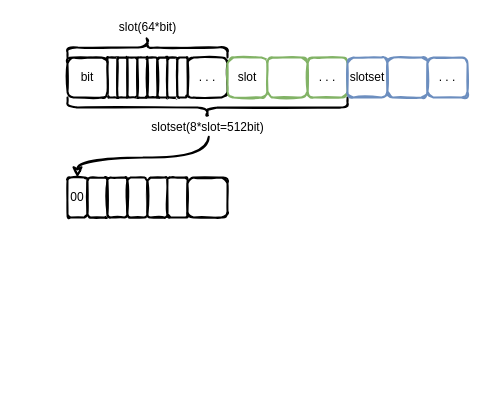
This is page "BitmapAllocator" (2 of 2) of ceph/bluestore.drawio from EarthWind/deeparch, a draw.io file, before an edit. Source tidied: cells renumbered, new cells numbered last; positions are measured from the earlier drawing's top-left corner, leaving out a move shared by most shapes. Both pictures are drawn from the tidied source at 100%, with x=0, y=0 at pixel (67, -33).
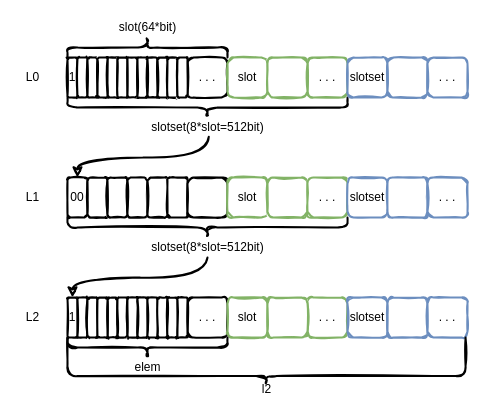
After the change.

Diff of the diagram source:
```diff
@@
-    <mxCell id="6" value="bit" style="rounded=1;whiteSpace=wrap;html=1;strokeWidth=2;fillWeight=1;hachureGap=4;hachureAngle=45;sketch=1;" parent="1" vertex="1">
-      <mxGeometry y="90" width="40" height="40" as="geometry" />
+    <mxCell id="6" value="1" style="rounded=1;whiteSpace=wrap;html=1;strokeWidth=2;fillWeight=1;hachureGap=4;hachureAngle=45;sketch=1;" parent="1" vertex="1">
+      <mxGeometry y="90" width="10" height="40" as="geometry" />
     </mxCell>
@@
+    <mxCell id="30" value="slot" style="rounded=1;whiteSpace=wrap;html=1;strokeWidth=2;fillWeight=1;hachureGap=4;hachureAngle=45;sketch=1;fillColor=#FFFFFF;strokeColor=#82b366;" parent="1" vertex="1">
+      <mxGeometry x="160" y="210" width="40" height="40" as="geometry" />
+    </mxCell>
+    <mxCell id="31" style="rounded=1;whiteSpace=wrap;html=1;strokeWidth=2;fillWeight=1;hachureGap=4;hachureAngle=45;sketch=1;fillColor=#FFFFFF;strokeColor=#82b366;" parent="1" vertex="1">
+      <mxGeometry x="200" y="210" width="40" height="40" as="geometry" />
+    </mxCell>
+    <mxCell id="32" value=". . ." style="rounded=1;whiteSpace=wrap;html=1;strokeWidth=2;fillWeight=1;hachureGap=4;hachureAngle=45;sketch=1;fillColor=#FFFFFF;strokeColor=#82b366;" parent="1" vertex="1">
+      <mxGeometry x="240" y="210" width="40" height="40" as="geometry" />
+    </mxCell>
+    <mxCell id="33" style="shape=curlyBracket;whiteSpace=wrap;html=1;rounded=1;sketch=1;fillWeight=1;hachureGap=2;fillColor=#FFFFFF;rotation=-90;strokeWidth=2;" parent="1" vertex="1">
+      <mxGeometry x="130" y="120" width="20" height="280" as="geometry" />
+    </mxCell>
+    <mxCell id="34" style="edgeStyle=orthogonalEdgeStyle;curved=1;rounded=0;sketch=1;jettySize=auto;html=1;entryX=0.5;entryY=0;entryDx=0;entryDy=0;strokeWidth=2;elbow=vertical;exitX=0.5;exitY=1;exitDx=0;exitDy=0;exitPerimeter=0;" parent="1" edge="1" source="35" target="45">
+      <mxGeometry relative="1" as="geometry" />
+    </mxCell>
+    <mxCell id="35" value="slotset(8*slot=512bit)" style="text;html=1;align=center;verticalAlign=middle;points=[];strokeColor=none;fillColor=none;" parent="1" vertex="1">
+      <mxGeometry x="75" y="270" width="130" height="20" as="geometry" />
+    </mxCell>
+    <mxCell id="36" value="slotset" style="rounded=1;whiteSpace=wrap;html=1;strokeWidth=2;fillWeight=1;hachureGap=4;hachureAngle=45;sketch=1;fillColor=#FFFFFF;strokeColor=#6c8ebf;" parent="1" vertex="1">
+      <mxGeometry x="280" y="210" width="40" height="40" as="geometry" />
+    </mxCell>
+    <mxCell id="37" style="rounded=1;whiteSpace=wrap;html=1;strokeWidth=2;fillWeight=1;hachureGap=4;hachureAngle=45;sketch=1;fillColor=#FFFFFF;strokeColor=#6c8ebf;" parent="1" vertex="1">
+      <mxGeometry x="320" y="210" width="40" height="40" as="geometry" />
+    </mxCell>
+    <mxCell id="38" value=". . ." style="rounded=1;whiteSpace=wrap;html=1;strokeWidth=2;fillWeight=1;hachureGap=4;hachureAngle=45;sketch=1;fillColor=#FFFFFF;strokeColor=#6c8ebf;" parent="1" vertex="1">
+      <mxGeometry x="360" y="210" width="40" height="40" as="geometry" />
+    </mxCell>
+    <mxCell id="39" value="L0" style="text;html=1;align=center;verticalAlign=middle;strokeColor=none;fillColor=none;" parent="1" vertex="1">
+      <mxGeometry x="-50" y="100" width="30" height="20" as="geometry" />
+    </mxCell>
+    <mxCell id="40" value="L1" style="text;html=1;align=center;verticalAlign=middle;strokeColor=none;fillColor=none;" parent="1" vertex="1">
+      <mxGeometry x="-50" y="220" width="30" height="20" as="geometry" />
+    </mxCell>
+    <mxCell id="41" style="rounded=1;whiteSpace=wrap;html=1;strokeWidth=2;fillWeight=1;hachureGap=4;hachureAngle=45;sketch=1;" parent="1" vertex="1">
+      <mxGeometry x="40" y="330" width="10" height="40" as="geometry" />
+    </mxCell>
+    <mxCell id="42" style="rounded=1;whiteSpace=wrap;html=1;strokeWidth=2;fillWeight=1;hachureGap=4;hachureAngle=45;sketch=1;" parent="1" vertex="1">
+      <mxGeometry x="50" y="330" width="10" height="40" as="geometry" />
+    </mxCell>
+    <mxCell id="43" style="rounded=1;whiteSpace=wrap;html=1;strokeWidth=2;fillWeight=1;hachureGap=4;hachureAngle=45;sketch=1;" parent="1" vertex="1">
+      <mxGeometry x="60" y="330" width="10" height="40" as="geometry" />
+    </mxCell>
+    <mxCell id="44" style="rounded=1;whiteSpace=wrap;html=1;strokeWidth=2;fillWeight=1;hachureGap=4;hachureAngle=45;sketch=1;" parent="1" vertex="1">
+      <mxGeometry x="70" y="330" width="10" height="40" as="geometry" />
+    </mxCell>
+    <mxCell id="45" value="1" style="rounded=1;whiteSpace=wrap;html=1;strokeWidth=2;fillWeight=1;hachureGap=4;hachureAngle=45;sketch=1;" parent="1" vertex="1">
+      <mxGeometry y="330" width="10" height="40" as="geometry" />
+    </mxCell>
+    <mxCell id="46" value=". . ." style="rounded=1;whiteSpace=wrap;html=1;strokeWidth=2;fillWeight=1;hachureGap=4;hachureAngle=45;sketch=1;" parent="1" vertex="1">
+      <mxGeometry x="120" y="330" width="40" height="40" as="geometry" />
+    </mxCell>
+    <mxCell id="47" style="rounded=1;whiteSpace=wrap;html=1;strokeWidth=2;fillWeight=1;hachureGap=4;hachureAngle=45;sketch=1;" parent="1" vertex="1">
+      <mxGeometry x="80" y="330" width="10" height="40" as="geometry" />
+    </mxCell>
+    <mxCell id="48" style="rounded=1;whiteSpace=wrap;html=1;strokeWidth=2;fillWeight=1;hachureGap=4;hachureAngle=45;sketch=1;" parent="1" vertex="1">
+      <mxGeometry x="90" y="330" width="10" height="40" as="geometry" />
+    </mxCell>
+    <mxCell id="49" style="rounded=1;whiteSpace=wrap;html=1;strokeWidth=2;fillWeight=1;hachureGap=4;hachureAngle=45;sketch=1;" parent="1" vertex="1">
+      <mxGeometry x="100" y="330" width="10" height="40" as="geometry" />
+    </mxCell>
+    <mxCell id="50" style="rounded=1;whiteSpace=wrap;html=1;strokeWidth=2;fillWeight=1;hachureGap=4;hachureAngle=45;sketch=1;" parent="1" vertex="1">
+      <mxGeometry x="110" y="330" width="10" height="40" as="geometry" />
+    </mxCell>
+    <mxCell id="51" value="slot" style="rounded=1;whiteSpace=wrap;html=1;strokeWidth=2;fillWeight=1;hachureGap=4;hachureAngle=45;sketch=1;fillColor=#FFFFFF;strokeColor=#82b366;" parent="1" vertex="1">
+      <mxGeometry x="160" y="330" width="40" height="40" as="geometry" />
+    </mxCell>
+    <mxCell id="52" value=". . ." style="rounded=1;whiteSpace=wrap;html=1;strokeWidth=2;fillWeight=1;hachureGap=4;hachureAngle=45;sketch=1;fillColor=#FFFFFF;strokeColor=#82b366;" parent="1" vertex="1">
+      <mxGeometry x="240" y="330" width="40" height="40" as="geometry" />
+    </mxCell>
+    <mxCell id="53" style="shape=curlyBracket;whiteSpace=wrap;html=1;rounded=1;sketch=1;fillWeight=1;hachureGap=2;fillColor=#FFFFFF;rotation=-90;strokeWidth=2;" parent="1" vertex="1">
+      <mxGeometry x="70" y="300" width="20" height="160" as="geometry" />
+    </mxCell>
+    <mxCell id="54" value="elem" style="text;html=1;align=center;verticalAlign=middle;strokeColor=none;fillColor=none;" parent="1" vertex="1">
+      <mxGeometry x="60" y="390" width="40" height="20" as="geometry" />
+    </mxCell>
+    <mxCell id="55" value="slotset" style="rounded=1;whiteSpace=wrap;html=1;strokeWidth=2;fillWeight=1;hachureGap=4;hachureAngle=45;sketch=1;fillColor=#FFFFFF;strokeColor=#6c8ebf;" parent="1" vertex="1">
+      <mxGeometry x="280" y="330" width="40" height="40" as="geometry" />
+    </mxCell>
+    <mxCell id="56" style="rounded=1;whiteSpace=wrap;html=1;strokeWidth=2;fillWeight=1;hachureGap=4;hachureAngle=45;sketch=1;fillColor=#FFFFFF;strokeColor=#6c8ebf;" parent="1" vertex="1">
+      <mxGeometry x="320" y="330" width="40" height="40" as="geometry" />
+    </mxCell>
+    <mxCell id="57" value=". . ." style="rounded=1;whiteSpace=wrap;html=1;strokeWidth=2;fillWeight=1;hachureGap=4;hachureAngle=45;sketch=1;fillColor=#FFFFFF;strokeColor=#6c8ebf;" parent="1" vertex="1">
+      <mxGeometry x="360" y="330" width="40" height="40" as="geometry" />
+    </mxCell>
+    <mxCell id="58" style="rounded=1;whiteSpace=wrap;html=1;strokeWidth=2;fillWeight=1;hachureGap=4;hachureAngle=45;sketch=1;fillColor=#FFFFFF;strokeColor=#82b366;" parent="1" vertex="1">
+      <mxGeometry x="200" y="330" width="40" height="40" as="geometry" />
+    </mxCell>
+    <mxCell id="59" style="rounded=1;whiteSpace=wrap;html=1;strokeWidth=2;fillWeight=1;hachureGap=4;hachureAngle=45;sketch=1;" parent="1" vertex="1">
+      <mxGeometry x="10" y="90" width="10" height="40" as="geometry" />
+    </mxCell>
+    <mxCell id="60" style="rounded=1;whiteSpace=wrap;html=1;strokeWidth=2;fillWeight=1;hachureGap=4;hachureAngle=45;sketch=1;" parent="1" vertex="1">
+      <mxGeometry x="20" y="90" width="10" height="40" as="geometry" />
+    </mxCell>
+    <mxCell id="61" style="rounded=1;whiteSpace=wrap;html=1;strokeWidth=2;fillWeight=1;hachureGap=4;hachureAngle=45;sketch=1;" parent="1" vertex="1">
+      <mxGeometry x="30" y="90" width="10" height="40" as="geometry" />
+    </mxCell>
+    <mxCell id="62" style="rounded=1;whiteSpace=wrap;html=1;strokeWidth=2;fillWeight=1;hachureGap=4;hachureAngle=45;sketch=1;" parent="1" vertex="1">
+      <mxGeometry x="10" y="330" width="10" height="40" as="geometry" />
+    </mxCell>
+    <mxCell id="63" style="rounded=1;whiteSpace=wrap;html=1;strokeWidth=2;fillWeight=1;hachureGap=4;hachureAngle=45;sketch=1;" parent="1" vertex="1">
+      <mxGeometry x="20" y="330" width="10" height="40" as="geometry" />
+    </mxCell>
+    <mxCell id="64" style="rounded=1;whiteSpace=wrap;html=1;strokeWidth=2;fillWeight=1;hachureGap=4;hachureAngle=45;sketch=1;" parent="1" vertex="1">
+      <mxGeometry x="30" y="330" width="10" height="40" as="geometry" />
+    </mxCell>
+    <mxCell id="65" value="L2" style="text;html=1;align=center;verticalAlign=middle;strokeColor=none;fillColor=none;" parent="1" vertex="1">
+      <mxGeometry x="-50" y="340" width="30" height="20" as="geometry" />
+    </mxCell>
+    <mxCell id="66" style="shape=curlyBracket;whiteSpace=wrap;html=1;rounded=1;sketch=1;fillWeight=1;hachureGap=2;fillColor=#FFFFFF;rotation=-90;strokeWidth=2;size=0.16666666666666666;" parent="1" vertex="1">
+      <mxGeometry x="175.9" y="194.1" width="46.2" height="398.1" as="geometry" />
+    </mxCell>
+    <mxCell id="67" value="l2" style="text;html=1;align=center;verticalAlign=middle;strokeColor=none;fillColor=none;" parent="1" vertex="1">
+      <mxGeometry x="189.1" y="412" width="20" height="20" as="geometry" />
+    </mxCell>
```
